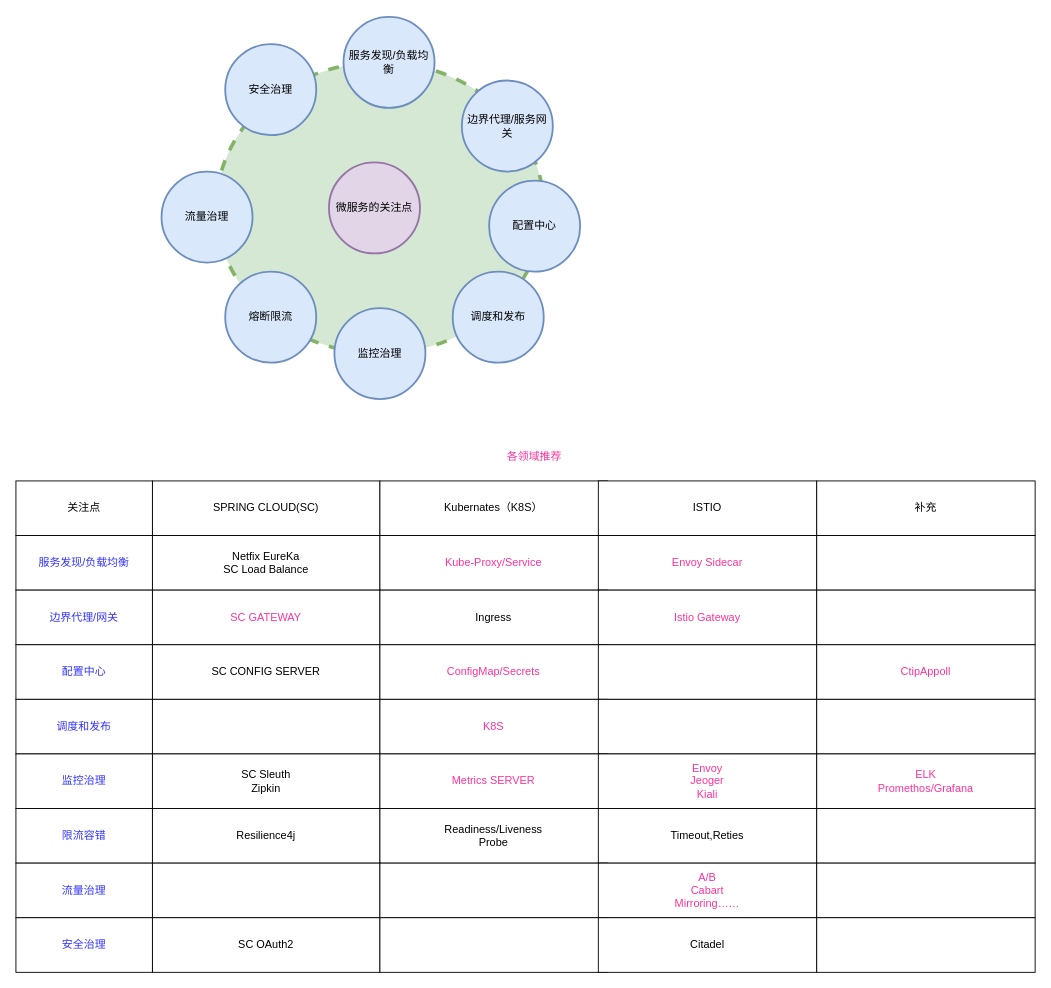
Before: page "Page-4" (4 of 5) of JVM (5).drawio in cruecrue/javastudy, a draw.io diagram. Source tidied: cells renumbered, new cells numbered last; positions are measured from the earlier drawing's top-left corner, leaving out a move shared by most shapes. Both pictures are drawn from the tidied source at 91%, with x=0, y=0 at pixel (15, 16).
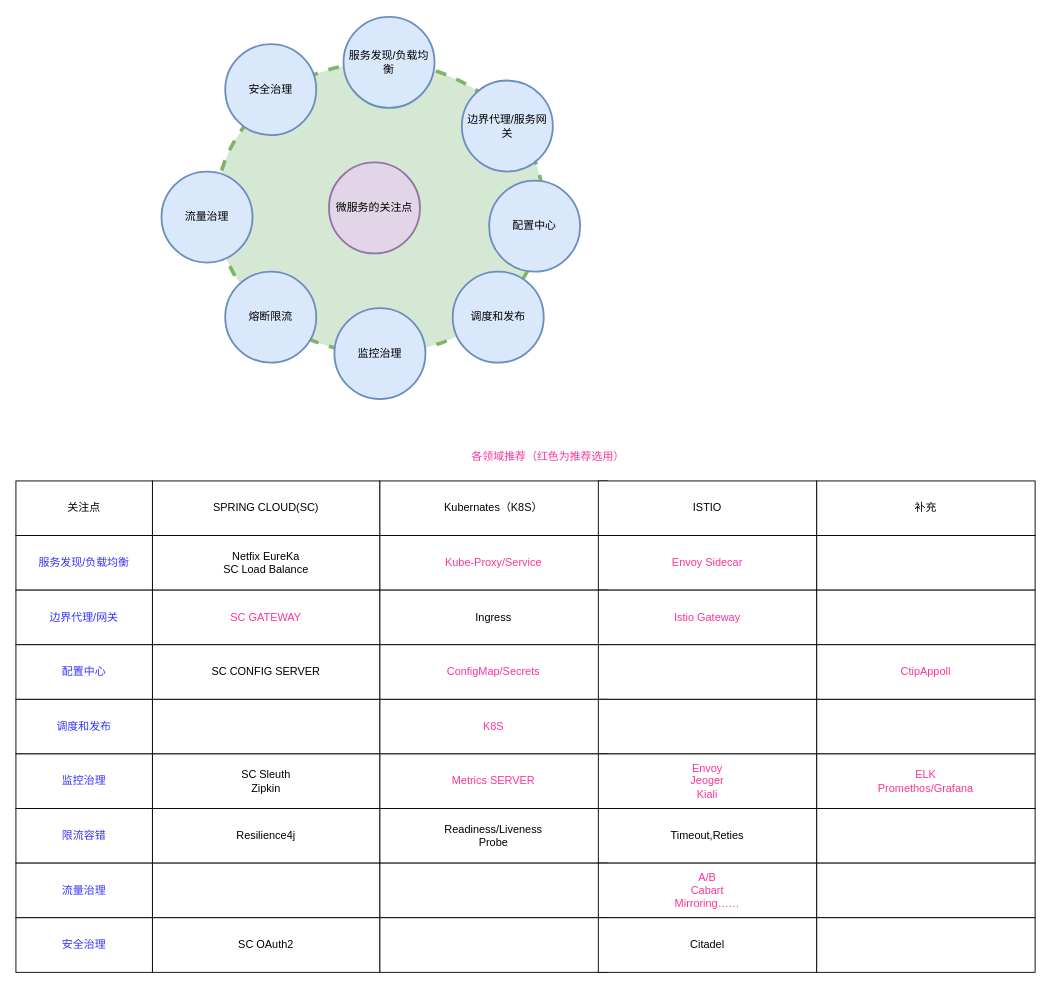
After the change.

What changed in the source:
```diff
@@
-    <mxCell id="57" value="各领域推荐" style="text;html=1;strokeColor=none;fillColor=none;align=center;verticalAlign=middle;whiteSpace=wrap;rounded=0;fontColor=#FF3399;" parent="1" vertex="1">
-      <mxGeometry x="480" y="468" width="180" height="30" as="geometry" />
+    <mxCell id="57" value="各领域推荐（红色为推荐选用）" style="text;html=1;strokeColor=none;fillColor=none;align=center;verticalAlign=middle;whiteSpace=wrap;rounded=0;fontColor=#FF3399;" parent="1" vertex="1">
+      <mxGeometry x="480" y="468" width="210" height="30" as="geometry" />
     </mxCell>
```
